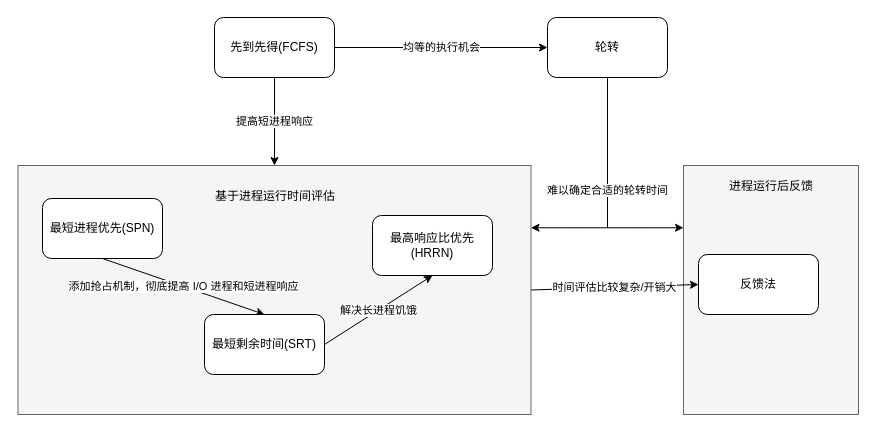
This is page "schedule" (1 of 7) of source/_drawio/react-fiber.drawio from ivan-94/bobi.ink, a draw.io file, before an edit. Source tidied: cells renumbered, new cells numbered last; positions are measured from the earlier drawing's top-left corner, leaving out a move shared by most shapes. Both pictures are drawn from the tidied source at 100%, with x=0, y=0 at pixel (18, 17).
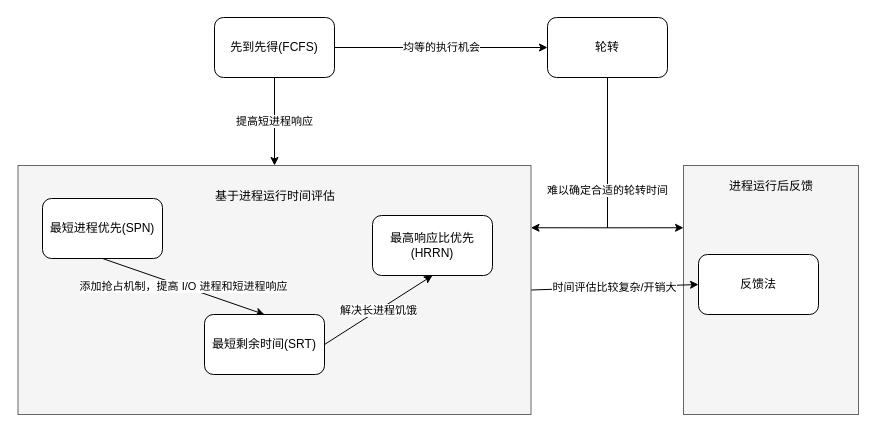
The same diagram, later.

Diff of the diagram source:
```diff
@@
 <mxGraphModel>
   <root>
     <mxCell id="0" />
     <mxCell id="1" parent="0" />
     <mxCell id="2" style="rounded=0;whiteSpace=wrap;html=1;fillColor=#f5f5f5;strokeColor=#666666;fontColor=#333333;" parent="1" vertex="1">
       <mxGeometry x="665" y="148" width="175" height="249" as="geometry" />
     </mxCell>
     <mxCell id="3" value="时间评估比较复杂/开销大" style="edgeStyle=none;rounded=0;jettySize=auto;html=1;exitX=1;exitY=0.5;exitDx=0;exitDy=0;entryX=0;entryY=0.5;entryDx=0;entryDy=0;" parent="1" edge="1" source="4" target="15">
       <mxGeometry relative="1" as="geometry" />
     </mxCell>
     <mxCell id="4" style="rounded=0;whiteSpace=wrap;html=1;fillColor=#f5f5f5;strokeColor=#666666;fontColor=#333333;" parent="1" vertex="1">
       <mxGeometry x="-0.5" y="148" width="513" height="249" as="geometry" />
     </mxCell>
     <mxCell id="5" value="提高短进程响应" style="rounded=0;jettySize=auto;html=1;exitX=0.5;exitY=1;exitDx=0;exitDy=0;entryX=0.5;entryY=0;entryDx=0;entryDy=0;" parent="1" edge="1" source="7" target="4">
       <mxGeometry relative="1" as="geometry" />
     </mxCell>
     <mxCell id="6" value="均等的执行机会" style="edgeStyle=none;rounded=0;jettySize=auto;html=1;exitX=1;exitY=0.5;exitDx=0;exitDy=0;" parent="1" edge="1" source="7" target="9">
       <mxGeometry relative="1" as="geometry" />
     </mxCell>
     <mxCell id="7" value="先到先得(FCFS)" style="rounded=1;whiteSpace=wrap;html=1;" parent="1" vertex="1">
       <mxGeometry x="196" width="120" height="60" as="geometry" />
     </mxCell>
     <mxCell id="8" style="edgeStyle=orthogonalEdgeStyle;rounded=0;jettySize=auto;html=1;exitX=0.5;exitY=1;exitDx=0;exitDy=0;entryX=0;entryY=0.25;entryDx=0;entryDy=0;" parent="1" edge="1" source="9" target="2">
       <mxGeometry relative="1" as="geometry" />
     </mxCell>
     <mxCell id="9" value="轮转" style="rounded=1;whiteSpace=wrap;html=1;" parent="1" vertex="1">
       <mxGeometry x="529" width="120" height="60" as="geometry" />
     </mxCell>
-    <mxCell id="10" value="添加抢占机制，彻底提高 I/O 进程和短进程响应" style="edgeStyle=none;rounded=0;jettySize=auto;html=1;exitX=0.5;exitY=1;exitDx=0;exitDy=0;entryX=0.5;entryY=0;entryDx=0;entryDy=0;" parent="1" edge="1" source="11" target="13">
+    <mxCell id="10" value="添加抢占机制，提高 I/O 进程和短进程响应" style="edgeStyle=none;rounded=0;jettySize=auto;html=1;exitX=0.5;exitY=1;exitDx=0;exitDy=0;entryX=0.5;entryY=0;entryDx=0;entryDy=0;" parent="1" edge="1" source="11" target="13">
       <mxGeometry relative="1" as="geometry" />
     </mxCell>
     <mxCell id="11" value="最短进程优先(SPN)" style="rounded=1;whiteSpace=wrap;html=1;" parent="1" vertex="1">
       <mxGeometry x="24" y="181" width="120" height="60" as="geometry" />
     </mxCell>
     <mxCell id="12" value="解决长进程饥饿" style="edgeStyle=none;rounded=0;jettySize=auto;html=1;exitX=1;exitY=0.5;exitDx=0;exitDy=0;entryX=0.5;entryY=1;entryDx=0;entryDy=0;" parent="1" edge="1" source="13" target="14">
       <mxGeometry relative="1" as="geometry" />
     </mxCell>
     <mxCell id="13" value="最短剩余时间(SRT)" style="rounded=1;whiteSpace=wrap;html=1;" parent="1" vertex="1">
       <mxGeometry x="186" y="297" width="120" height="60" as="geometry" />
     </mxCell>
     <mxCell id="14" value="最高响应比优先(HRRN)" style="rounded=1;whiteSpace=wrap;html=1;" parent="1" vertex="1">
       <mxGeometry x="354" y="198" width="120" height="60" as="geometry" />
     </mxCell>
     <mxCell id="15" value="反馈法" style="rounded=1;whiteSpace=wrap;html=1;" parent="1" vertex="1">
       <mxGeometry x="680" y="237" width="120" height="60" as="geometry" />
     </mxCell>
     <mxCell id="16" value="基于进程运行时间评估" style="text;html=1;strokeColor=none;fillColor=none;align=center;verticalAlign=middle;whiteSpace=wrap;rounded=0;" parent="1" vertex="1">
       <mxGeometry x="196" y="168.5" width="122" height="20" as="geometry" />
     </mxCell>
     <mxCell id="17" value="进程运行后反馈" style="text;html=1;strokeColor=none;fillColor=none;align=center;verticalAlign=middle;whiteSpace=wrap;rounded=0;" parent="1" vertex="1">
       <mxGeometry x="691.5" y="158.5" width="122" height="20" as="geometry" />
     </mxCell>
     <mxCell id="18" value="难以确定合适的轮转时间" style="edgeStyle=orthogonalEdgeStyle;rounded=0;jettySize=auto;html=1;exitX=0.5;exitY=1;exitDx=0;exitDy=0;entryX=1;entryY=0.25;entryDx=0;entryDy=0;" parent="1" edge="1" source="9" target="4">
       <mxGeometry relative="1" as="geometry" />
     </mxCell>
   </root>
 </mxGraphModel>
```
